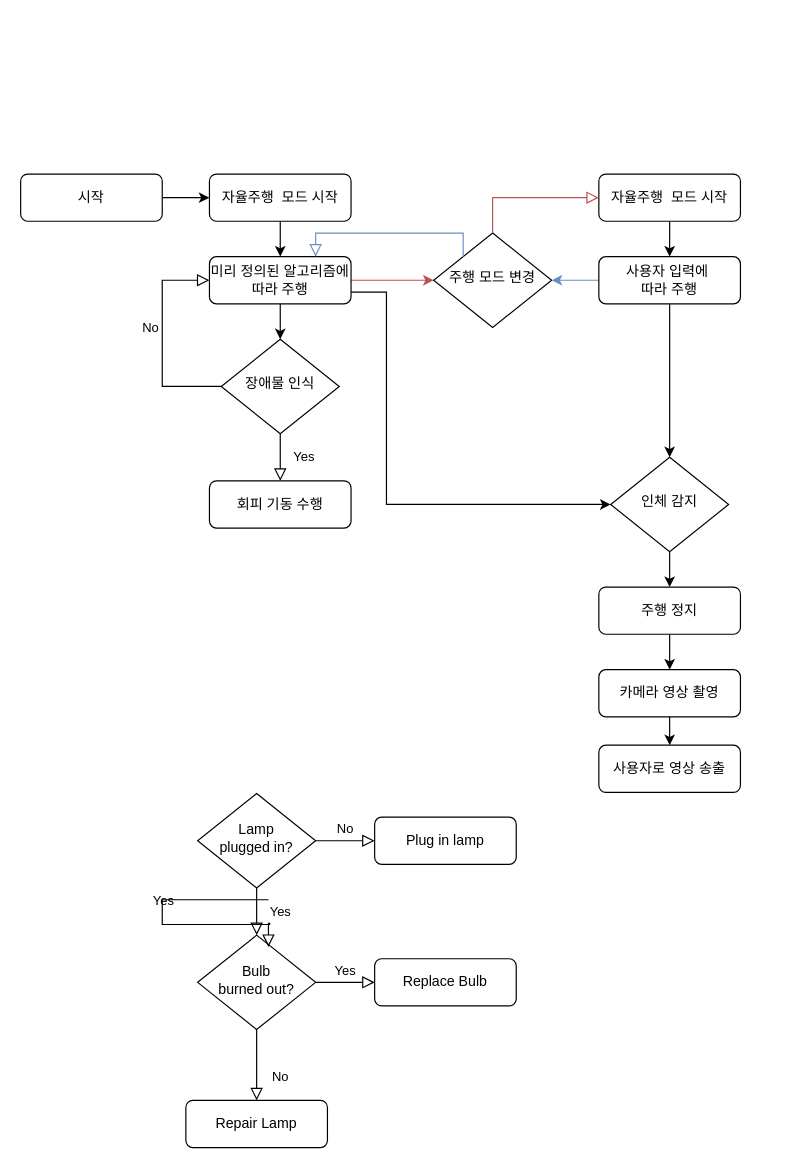
Above: 제목 없는 다이어그램.drawio in Huch0/draw-io (draw.io), before the change. Source tidied: cells renumbered, new cells numbered last; positions are measured from the earlier drawing's top-left corner, leaving out a move shared by most shapes. Both pictures are drawn from the tidied source at 118%, with x=0, y=0 at pixel (20, 173).
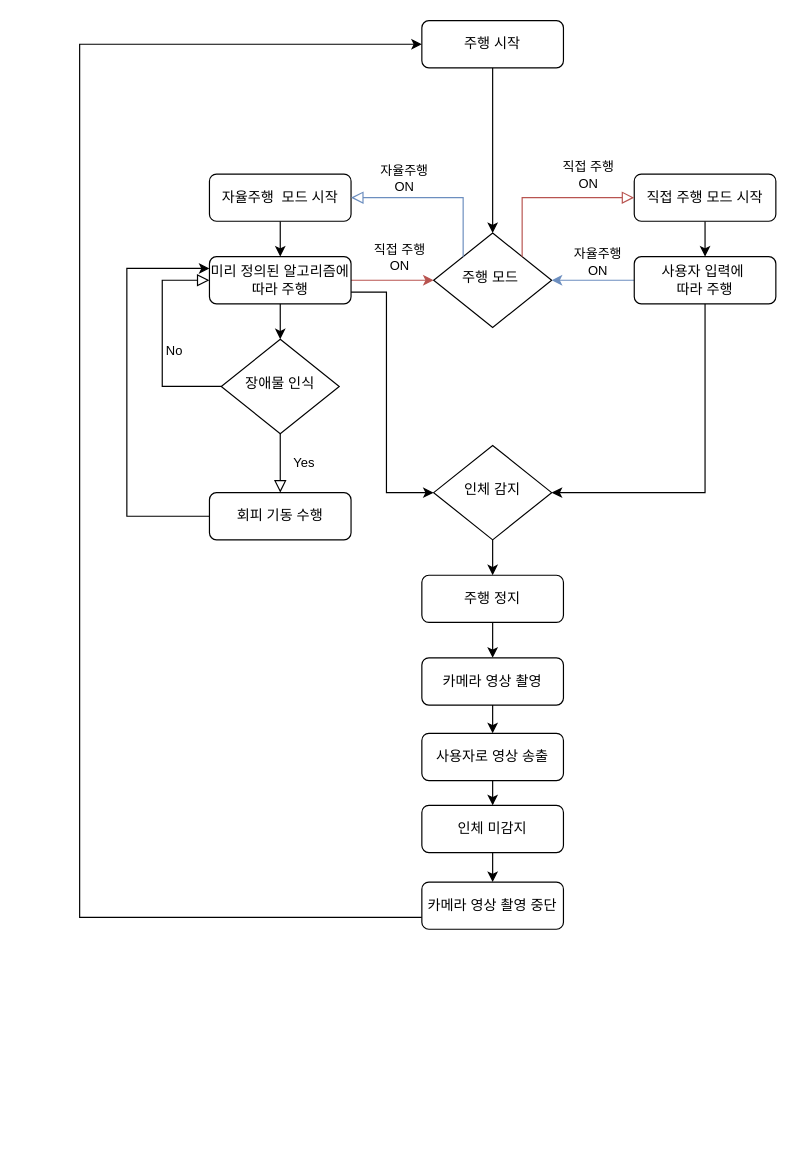
After the change.

Commit message (it also covers changes not shown here):
제목 없는 다이어그램.drawio 업데이트

The change refers to these unchanged cells:
```xml
<mxCell id="14" value="자율주행&amp;nbsp; 모드 시작" style="rounded=1;whiteSpace=wrap;html=1;fontSize=12;glass=0;strokeWidth=1;shadow=0;" parent="1" vertex="1">
  <mxGeometry x="160" width="120" height="40" as="geometry" />
</mxCell>
<mxCell id="16" style="edgeStyle=orthogonalEdgeStyle;rounded=0;jettySize=auto;html=1;fillColor=#f8cecc;strokeColor=#b85450;" parent="1" edge="1" source="18" target="24">
  <mxGeometry relative="1" as="geometry" />
</mxCell>
<mxCell id="18" value="미리 정의된 알고리즘에 따라 주행" style="rounded=1;whiteSpace=wrap;html=1;fontSize=12;glass=0;strokeWidth=1;shadow=0;" parent="1" vertex="1">
  <mxGeometry x="160" y="70" width="120" height="40" as="geometry" />
</mxCell>
<mxCell id="19" value="장애물 인식" style="rhombus;whiteSpace=wrap;html=1;shadow=0;fontFamily=Helvetica;fontSize=12;align=center;strokeWidth=1;spacing=6;spacingTop=-4;" parent="1" vertex="1">
  <mxGeometry x="170" y="140" width="100" height="80" as="geometry" />
</mxCell>
```

The edit, as a diff of the source:
```diff
@@
-    <mxCell id="2" style="edgeStyle=orthogonalEdgeStyle;rounded=0;jettySize=auto;html=1;" parent="1" edge="1" source="3" target="14">
-      <mxGeometry relative="1" as="geometry" />
-    </mxCell>
+    <mxCell id="39" style="edgeStyle=orthogonalEdgeStyle;rounded=0;jettySize=auto;html=1;entryX=0.5;entryY=0;entryDx=0;entryDy=0;" parent="1" edge="1" source="3" target="24">
+      <mxGeometry relative="1" as="geometry" />
+    </mxCell>
-    <mxCell id="3" value="시작" style="rounded=1;whiteSpace=wrap;html=1;fontSize=12;glass=0;strokeWidth=1;shadow=0;" parent="1" vertex="1">
-      <mxGeometry width="120" height="40" as="geometry" />
+    <mxCell id="3" value="주행 시작" style="rounded=1;whiteSpace=wrap;html=1;fontSize=12;glass=0;strokeWidth=1;shadow=0;" parent="1" vertex="1">
+      <mxGeometry x="340" y="-130" width="120" height="40" as="geometry" />
     </mxCell>
-    <mxCell id="4" value="Yes" style="rounded=0;html=1;jettySize=auto;fontSize=11;endArrow=block;endFill=0;endSize=8;strokeWidth=1;shadow=0;labelBackgroundColor=none;edgeStyle=orthogonalEdgeStyle;" parent="1" edge="1" source="6" target="10">
-      <mxGeometry y="20" relative="1" as="geometry" />
-    </mxCell>
-    <mxCell id="5" value="No" style="edgeStyle=orthogonalEdgeStyle;rounded=0;html=1;jettySize=auto;fontSize=11;endArrow=block;endFill=0;endSize=8;strokeWidth=1;shadow=0;labelBackgroundColor=none;" parent="1" edge="1" source="6" target="7">
-      <mxGeometry y="10" relative="1" as="geometry" />
-    </mxCell>
-    <mxCell id="6" value="Lamp&lt;br&gt;plugged in?" style="rhombus;whiteSpace=wrap;html=1;shadow=0;fontFamily=Helvetica;fontSize=12;align=center;strokeWidth=1;spacing=6;spacingTop=-4;" parent="1" vertex="1">
-      <mxGeometry x="150" y="525" width="100" height="80" as="geometry" />
-    </mxCell>
-    <mxCell id="7" value="Plug in lamp" style="rounded=1;whiteSpace=wrap;html=1;fontSize=12;glass=0;strokeWidth=1;shadow=0;" parent="1" vertex="1">
-      <mxGeometry x="300" y="545" width="120" height="40" as="geometry" />
-    </mxCell>
-    <mxCell id="8" value="No" style="rounded=0;html=1;jettySize=auto;fontSize=11;endArrow=block;endFill=0;endSize=8;strokeWidth=1;shadow=0;labelBackgroundColor=none;edgeStyle=orthogonalEdgeStyle;" parent="1" edge="1" source="10" target="11">
-      <mxGeometry x="0.33" y="20" relative="1" as="geometry" />
-    </mxCell>
-    <mxCell id="9" value="Yes" style="edgeStyle=orthogonalEdgeStyle;rounded=0;html=1;jettySize=auto;fontSize=11;endArrow=block;endFill=0;endSize=8;strokeWidth=1;shadow=0;labelBackgroundColor=none;" parent="1" edge="1" source="10" target="12">
-      <mxGeometry y="10" relative="1" as="geometry" />
-    </mxCell>
-    <mxCell id="10" value="Bulb&lt;br&gt;burned out?" style="rhombus;whiteSpace=wrap;html=1;shadow=0;fontFamily=Helvetica;fontSize=12;align=center;strokeWidth=1;spacing=6;spacingTop=-4;" parent="1" vertex="1">
-      <mxGeometry x="150" y="645" width="100" height="80" as="geometry" />
-    </mxCell>
-    <mxCell id="11" value="Repair Lamp" style="rounded=1;whiteSpace=wrap;html=1;fontSize=12;glass=0;strokeWidth=1;shadow=0;" parent="1" vertex="1">
-      <mxGeometry x="140" y="785" width="120" height="40" as="geometry" />
-    </mxCell>
-    <mxCell id="12" value="Replace Bulb" style="rounded=1;whiteSpace=wrap;html=1;fontSize=12;glass=0;strokeWidth=1;shadow=0;" parent="1" vertex="1">
-      <mxGeometry x="300" y="665" width="120" height="40" as="geometry" />
-    </mxCell>
@@
+    <mxCell id="40" value="직접 주행&lt;div&gt;ON&lt;/div&gt;" style="edgeLabel;html=1;align=center;verticalAlign=middle;" parent="16" vertex="1">
+      <mxGeometry x="0.27" y="3" relative="1" as="geometry">
+        <mxPoint x="-4" y="-17" as="offset" />
+      </mxGeometry>
+    </mxCell>
+    <mxCell id="41" value="직접 주행&lt;div&gt;ON&lt;/div&gt;" style="edgeLabel;html=1;align=center;verticalAlign=middle;" parent="16" vertex="1">
+      <mxGeometry x="0.27" y="3" relative="1" as="geometry">
+        <mxPoint x="156" y="-87" as="offset" />
+      </mxGeometry>
+    </mxCell>
     <mxCell id="17" style="edgeStyle=orthogonalEdgeStyle;rounded=0;jettySize=auto;html=1;" parent="1" edge="1" source="18" target="33">
       <mxGeometry relative="1" as="geometry">
         <Array as="points">
           <mxPoint x="310" y="100" />
-          <mxPoint x="310" y="280" />
+          <mxPoint x="310" y="270" />
         </Array>
       </mxGeometry>
     </mxCell>
@@
-    <mxCell id="20" value="Yes" style="rounded=0;html=1;jettySize=auto;orthogonalLoop=1;fontSize=11;endArrow=block;endFill=0;endSize=8;strokeWidth=1;shadow=0;labelBackgroundColor=none;edgeStyle=orthogonalEdgeStyle;" parent="1" edge="1">
-      <mxGeometry y="20" relative="1" as="geometry">
-        <mxPoint x="210" y="615" as="sourcePoint" />
-        <mxPoint x="210" y="655" as="targetPoint" />
-        <Array as="points">
-          <mxPoint x="120" y="615" />
-          <mxPoint x="120" y="636" />
-          <mxPoint x="211" y="636" />
-          <mxPoint x="211" y="635" />
-          <mxPoint x="210" y="635" />
-        </Array>
-      </mxGeometry>
-    </mxCell>
@@
+    <mxCell id="42" style="edgeStyle=orthogonalEdgeStyle;rounded=0;jettySize=auto;html=1;" parent="1" edge="1" source="22">
+      <mxGeometry relative="1" as="geometry">
+        <mxPoint x="160" y="80" as="targetPoint" />
+        <Array as="points">
+          <mxPoint x="90" y="290" />
+          <mxPoint x="90" y="80" />
+          <mxPoint x="160" y="80" />
+        </Array>
+      </mxGeometry>
+    </mxCell>
     <mxCell id="22" value="회피 기동 수행" style="rounded=1;whiteSpace=wrap;html=1;fontSize=12;glass=0;strokeWidth=1;shadow=0;" parent="1" vertex="1">
-      <mxGeometry x="160" y="260" width="120" height="40" as="geometry" />
+      <mxGeometry x="160" y="270" width="120" height="40" as="geometry" />
     </mxCell>
     <mxCell id="23" value="No" style="edgeStyle=orthogonalEdgeStyle;rounded=0;html=1;jettySize=auto;fontSize=11;endArrow=block;endFill=0;endSize=8;strokeWidth=1;shadow=0;labelBackgroundColor=none;entryX=0;entryY=0.5;entryDx=0;entryDy=0;" parent="1" edge="1" source="19" target="18">
-      <mxGeometry x="0.12" y="10" relative="1" as="geometry">
+      <mxGeometry x="-0.11" y="-10" relative="1" as="geometry">
         <Array as="points">
           <mxPoint x="120" y="180" />
           <mxPoint x="120" y="90" />
         </Array>
-        <mxPoint y="1" as="offset" />
       </mxGeometry>
     </mxCell>
-    <mxCell id="24" value="주행 모드 변경" style="rhombus;whiteSpace=wrap;html=1;shadow=0;fontFamily=Helvetica;fontSize=12;align=center;strokeWidth=1;spacing=6;spacingTop=-4;" parent="1" vertex="1">
+    <mxCell id="24" value="주행 모드&amp;nbsp;" style="rhombus;whiteSpace=wrap;html=1;shadow=0;fontFamily=Helvetica;fontSize=12;align=center;strokeWidth=1;spacing=6;spacingTop=-4;" parent="1" vertex="1">
       <mxGeometry x="350" y="50" width="100" height="80" as="geometry" />
     </mxCell>
@@
-    <mxCell id="26" value="자율주행&amp;nbsp; 모드 시작" style="rounded=1;whiteSpace=wrap;html=1;fontSize=12;glass=0;strokeWidth=1;shadow=0;" parent="1" vertex="1">
-      <mxGeometry x="490" width="120" height="40" as="geometry" />
+    <mxCell id="26" value="직접 주행 모드 시작" style="rounded=1;whiteSpace=wrap;html=1;fontSize=12;glass=0;strokeWidth=1;shadow=0;" parent="1" vertex="1">
+      <mxGeometry x="520" width="120" height="40" as="geometry" />
     </mxCell>
-    <mxCell id="27" style="rounded=0;html=1;jettySize=auto;fontSize=11;endArrow=block;endFill=0;endSize=8;strokeWidth=1;shadow=0;labelBackgroundColor=none;edgeStyle=orthogonalEdgeStyle;exitX=0.5;exitY=0;exitDx=0;exitDy=0;fillColor=#f8cecc;strokeColor=#b85450;" parent="1" edge="1" source="24" target="26">
+    <mxCell id="27" style="rounded=0;html=1;jettySize=auto;fontSize=11;endArrow=block;endFill=0;endSize=8;strokeWidth=1;shadow=0;labelBackgroundColor=none;edgeStyle=orthogonalEdgeStyle;exitX=1;exitY=0;exitDx=0;exitDy=0;fillColor=#f8cecc;strokeColor=#b85450;" parent="1" edge="1" source="24" target="26">
       <mxGeometry x="0.17" y="10" relative="1" as="geometry">
         <Array as="points">
-          <mxPoint x="400" y="20" />
+          <mxPoint x="425" y="20" />
         </Array>
       </mxGeometry>
     </mxCell>
-    <mxCell id="28" style="edgeStyle=orthogonalEdgeStyle;rounded=0;html=1;jettySize=auto;fontSize=11;endArrow=block;endFill=0;endSize=8;strokeWidth=1;shadow=0;labelBackgroundColor=none;exitX=0;exitY=0;exitDx=0;exitDy=0;fillColor=#dae8fc;strokeColor=#6c8ebf;" parent="1" edge="1" source="24" target="18">
+    <mxCell id="28" style="edgeStyle=orthogonalEdgeStyle;rounded=0;html=1;jettySize=auto;fontSize=11;endArrow=block;endFill=0;endSize=8;strokeWidth=1;shadow=0;labelBackgroundColor=none;exitX=0;exitY=0;exitDx=0;exitDy=0;fillColor=#dae8fc;strokeColor=#6c8ebf;" parent="1" edge="1" source="24" target="14">
       <mxGeometry x="0.12" y="10" relative="1" as="geometry">
         <Array as="points">
-          <mxPoint x="375" y="50" />
-          <mxPoint x="250" y="50" />
+          <mxPoint x="375" y="20" />
         </Array>
         <mxPoint y="1" as="offset" />
       </mxGeometry>
     </mxCell>
+    <mxCell id="30" style="edgeStyle=orthogonalEdgeStyle;rounded=0;jettySize=auto;html=1;fillColor=#dae8fc;strokeColor=#6c8ebf;" parent="1" edge="1" source="31" target="24">
+      <mxGeometry relative="1" as="geometry" />
+    </mxCell>
-    <mxCell id="29" style="edgeStyle=orthogonalEdgeStyle;rounded=0;jettySize=auto;html=1;" parent="1" edge="1" source="31" target="33">
-      <mxGeometry relative="1" as="geometry" />
+    <mxCell id="29" style="edgeStyle=orthogonalEdgeStyle;rounded=0;jettySize=auto;html=1;entryX=1;entryY=0.5;entryDx=0;entryDy=0;" parent="1" edge="1" source="31" target="33">
+      <mxGeometry relative="1" as="geometry">
+        <Array as="points">
+          <mxPoint x="580" y="270" />
+        </Array>
+      </mxGeometry>
     </mxCell>
-    <mxCell id="30" style="edgeStyle=orthogonalEdgeStyle;rounded=0;jettySize=auto;html=1;fillColor=#dae8fc;strokeColor=#6c8ebf;" parent="1" edge="1" source="31" target="24">
-      <mxGeometry relative="1" as="geometry" />
-    </mxCell>
     <mxCell id="31" value="사용자 입력에&amp;nbsp;&lt;div&gt;따라 주행&lt;/div&gt;" style="rounded=1;whiteSpace=wrap;html=1;fontSize=12;glass=0;strokeWidth=1;shadow=0;" parent="1" vertex="1">
-      <mxGeometry x="490" y="70" width="120" height="40" as="geometry" />
+      <mxGeometry x="520" y="70" width="120" height="40" as="geometry" />
     </mxCell>
@@
     <mxCell id="33" value="인체 감지" style="rhombus;whiteSpace=wrap;html=1;shadow=0;fontFamily=Helvetica;fontSize=12;align=center;strokeWidth=1;spacing=6;spacingTop=-4;" parent="1" vertex="1">
-      <mxGeometry x="500" y="240" width="100" height="80" as="geometry" />
+      <mxGeometry x="350" y="230" width="100" height="80" as="geometry" />
     </mxCell>
@@
     <mxCell id="35" value="주행 정지" style="rounded=1;whiteSpace=wrap;html=1;fontSize=12;glass=0;strokeWidth=1;shadow=0;" parent="1" vertex="1">
-      <mxGeometry x="490" y="350" width="120" height="40" as="geometry" />
+      <mxGeometry x="340" y="340" width="120" height="40" as="geometry" />
     </mxCell>
@@
     <mxCell id="37" value="카메라 영상 촬영" style="rounded=1;whiteSpace=wrap;html=1;fontSize=12;glass=0;strokeWidth=1;shadow=0;" parent="1" vertex="1">
-      <mxGeometry x="490" y="420" width="120" height="40" as="geometry" />
+      <mxGeometry x="340" y="410" width="120" height="40" as="geometry" />
     </mxCell>
+    <mxCell id="43" style="edgeStyle=orthogonalEdgeStyle;rounded=0;jettySize=auto;html=1;" parent="1" edge="1" source="38" target="45">
+      <mxGeometry relative="1" as="geometry" />
+    </mxCell>
     <mxCell id="38" value="사용자로 영상 송출" style="rounded=1;whiteSpace=wrap;html=1;fontSize=12;glass=0;strokeWidth=1;shadow=0;" parent="1" vertex="1">
-      <mxGeometry x="490" y="484" width="120" height="40" as="geometry" />
+      <mxGeometry x="340" y="474" width="120" height="40" as="geometry" />
     </mxCell>
+    <mxCell id="44" style="edgeStyle=orthogonalEdgeStyle;rounded=0;jettySize=auto;html=1;" parent="1" edge="1" source="45" target="47">
+      <mxGeometry relative="1" as="geometry" />
+    </mxCell>
+    <mxCell id="45" value="인체 미감지" style="rounded=1;whiteSpace=wrap;html=1;fontSize=12;glass=0;strokeWidth=1;shadow=0;" parent="1" vertex="1">
+      <mxGeometry x="340" y="535" width="120" height="40" as="geometry" />
+    </mxCell>
+    <mxCell id="46" style="edgeStyle=orthogonalEdgeStyle;rounded=0;jettySize=auto;html=1;" parent="1" edge="1" source="47" target="3">
+      <mxGeometry relative="1" as="geometry">
+        <Array as="points">
+          <mxPoint x="50" y="630" />
+          <mxPoint x="50" y="-110" />
+        </Array>
+      </mxGeometry>
+    </mxCell>
+    <mxCell id="47" value="카메라 영상 촬영 중단" style="rounded=1;whiteSpace=wrap;html=1;fontSize=12;glass=0;strokeWidth=1;shadow=0;" parent="1" vertex="1">
+      <mxGeometry x="340" y="600" width="120" height="40" as="geometry" />
+    </mxCell>
+    <mxCell id="48" value="자율주행&lt;div&gt;ON&lt;/div&gt;" style="edgeLabel;html=1;align=center;verticalAlign=middle;" parent="1" vertex="1">
+      <mxGeometry x="490.4" y="70" as="geometry">
+        <mxPoint x="-2" y="4" as="offset" />
+      </mxGeometry>
+    </mxCell>
+    <mxCell id="49" value="자율주행&lt;div&gt;ON&lt;/div&gt;" style="edgeLabel;html=1;align=center;verticalAlign=middle;" parent="1" vertex="1">
+      <mxGeometry x="460" y="10" as="geometry">
+        <mxPoint x="-136" y="-7" as="offset" />
+      </mxGeometry>
+    </mxCell>
```
